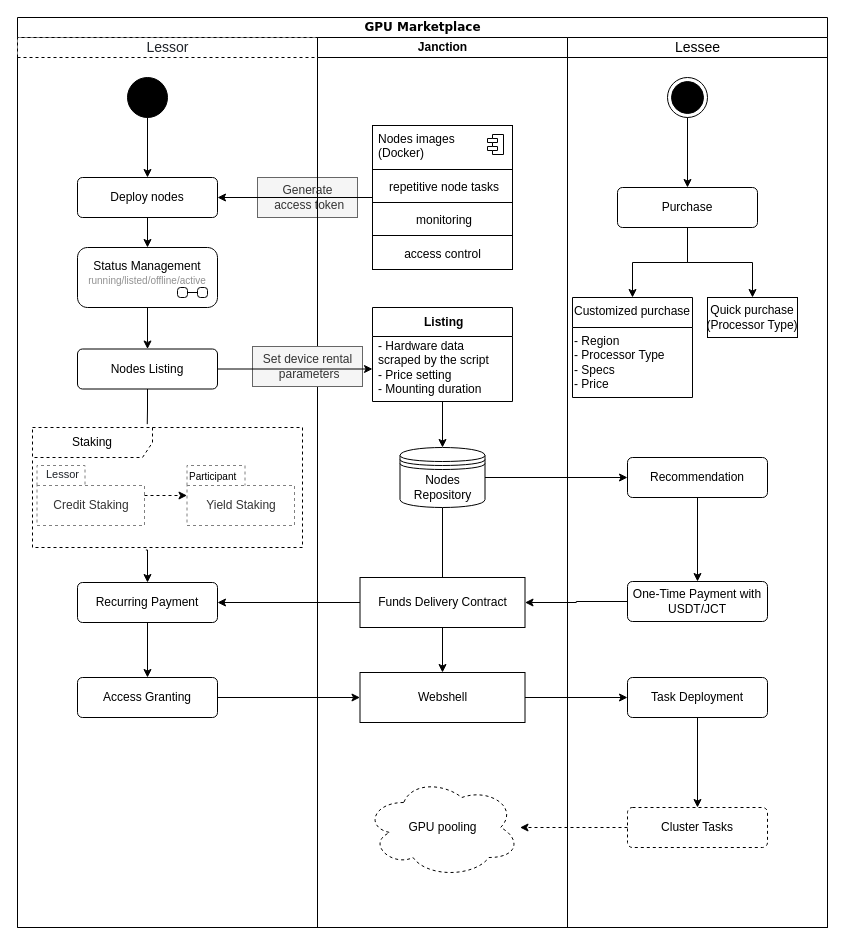
Before: processes.drawio in Janction-R-D/janction-docs, a draw.io diagram. Source tidied: cells renumbered, new cells numbered last; positions are measured from the earlier drawing's top-left corner, leaving out a move shared by most shapes. Both pictures are drawn from the tidied source at 100%, with x=0, y=0 at pixel (17, 17).
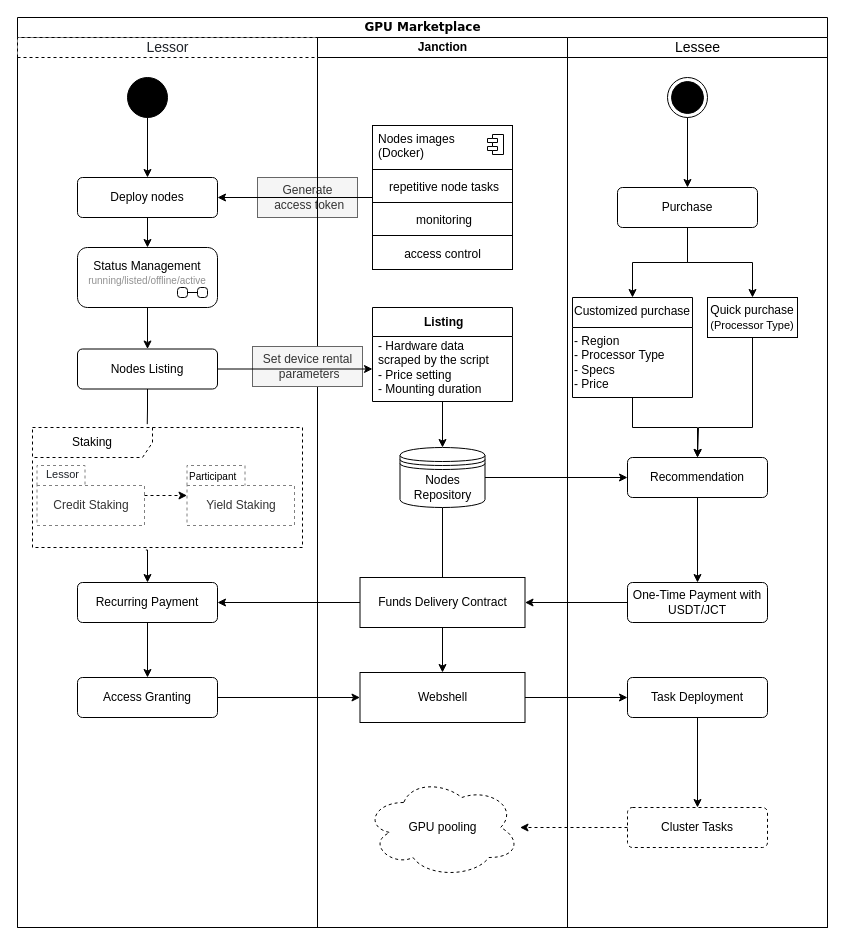
Above is the later version.

Unchanged cells that the change refers to:
```xml
<mxCell id="45" value="&lt;div style=&quot;font-weight: normal; color: rgb(31, 35, 41);&quot;&gt;&lt;p style=&quot;&quot;&gt;&lt;span style=&quot;color: rgb(0, 0, 0); background-color: rgb(255, 255, 255);&quot;&gt;&lt;font style=&quot;font-size: 14px;&quot;&gt;Lessee&lt;/font&gt;&lt;/span&gt;&lt;/p&gt;&lt;/div&gt;&lt;span style=&quot;white-space:pre-wrap;&quot;&gt;&lt;/span&gt;" style="swimlane;html=1;startSize=20;" parent="2" vertex="1">
  <mxGeometry x="550" y="20" width="260" height="890" as="geometry" />
</mxCell>
<mxCell id="53" value="- Region&lt;br&gt;-&amp;nbsp;Processor Type&lt;br&gt;&lt;div&gt;- Specs&lt;br&gt;- Price&lt;/div&gt;" style="text;html=1;align=left;verticalAlign=middle;points=[];strokeColor=none;fillColor=none;" parent="52" vertex="1">
  <mxGeometry y="30" width="120" height="70" as="geometry" />
</mxCell>
<mxCell id="56" value="Recommendation" style="html=1;align=center;verticalAlign=middle;rounded=1;absoluteArcSize=1;arcSize=10;dashed=0;whiteSpace=wrap;" parent="45" vertex="1">
  <mxGeometry x="60" y="420" width="140" height="40" as="geometry" />
</mxCell>
```

What changed in the source:
```diff
@@
+    <mxCell id="66" style="edgeStyle=orthogonalEdgeStyle;rounded=0;jettySize=auto;html=1;exitX=0.5;exitY=1;exitDx=0;exitDy=0;" parent="45" edge="1" source="51">
+      <mxGeometry relative="1" as="geometry">
+        <mxPoint x="130" y="420" as="targetPoint" />
+        <Array as="points">
+          <mxPoint x="185" y="390" />
+          <mxPoint x="131" y="390" />
+          <mxPoint x="131" y="420" />
+        </Array>
+      </mxGeometry>
+    </mxCell>
-    <mxCell id="51" value="&lt;span style=&quot;font-weight: normal;&quot;&gt;Quick purchase&lt;/span&gt;&lt;div&gt;&lt;span style=&quot;font-weight: normal;&quot;&gt;(&lt;/span&gt;&lt;span style=&quot;font-weight: 400; text-align: left; text-wrap-mode: nowrap; background-color: initial;&quot;&gt;Processor Type&lt;/span&gt;&lt;span style=&quot;font-weight: normal; background-color: initial;&quot;&gt;)&lt;/span&gt;&lt;/div&gt;" style="fontStyle=1;whiteSpace=wrap;html=1;" parent="45" vertex="1">
+    <mxCell id="51" value="&lt;span style=&quot;font-weight: normal;&quot;&gt;Quick purchase&lt;/span&gt;&lt;div&gt;&lt;font style=&quot;font-size: 11px;&quot;&gt;&lt;span style=&quot;font-weight: normal;&quot;&gt;(&lt;/span&gt;&lt;span style=&quot;font-weight: 400; text-align: left; text-wrap-mode: nowrap; background-color: initial;&quot;&gt;Processor Type&lt;/span&gt;&lt;span style=&quot;font-weight: normal; background-color: initial;&quot;&gt;)&lt;/span&gt;&lt;/font&gt;&lt;/div&gt;" style="fontStyle=1;whiteSpace=wrap;html=1;" parent="45" vertex="1">
       <mxGeometry x="140" y="260" width="90" height="40" as="geometry" />
     </mxCell>
@@
     <mxCell id="54" value="&lt;font&gt;One-Time Payment with USDT/JCT&lt;/font&gt;" style="html=1;align=center;verticalAlign=middle;rounded=1;absoluteArcSize=1;arcSize=10;dashed=0;whiteSpace=wrap;" parent="45" vertex="1">
-      <mxGeometry x="60" y="544" width="140" height="40" as="geometry" />
+      <mxGeometry x="60" y="545" width="140" height="40" as="geometry" />
     </mxCell>
@@
+    <mxCell id="67" style="edgeStyle=orthogonalEdgeStyle;rounded=0;jettySize=auto;html=1;entryX=0.5;entryY=0;entryDx=0;entryDy=0;" parent="45" edge="1" source="53" target="56">
+      <mxGeometry relative="1" as="geometry" />
+    </mxCell>
```
